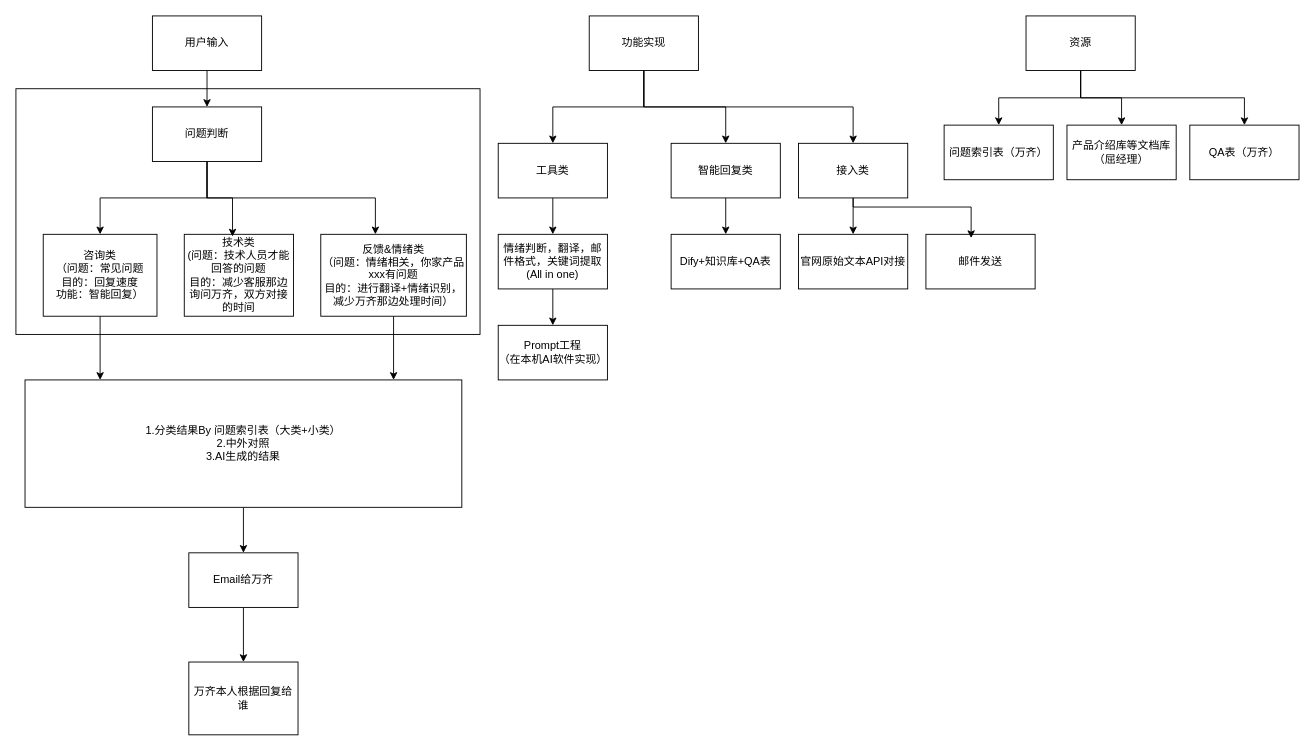
Above: 智能客服.drawio in Formyselfonly/drawioFlowchart (draw.io), before the change. Source tidied: cells renumbered, new cells numbered last; positions are measured from the earlier drawing's top-left corner, leaving out a move shared by most shapes. Both pictures are drawn from the tidied source at 91%, with x=0, y=0 at pixel (15, 15).
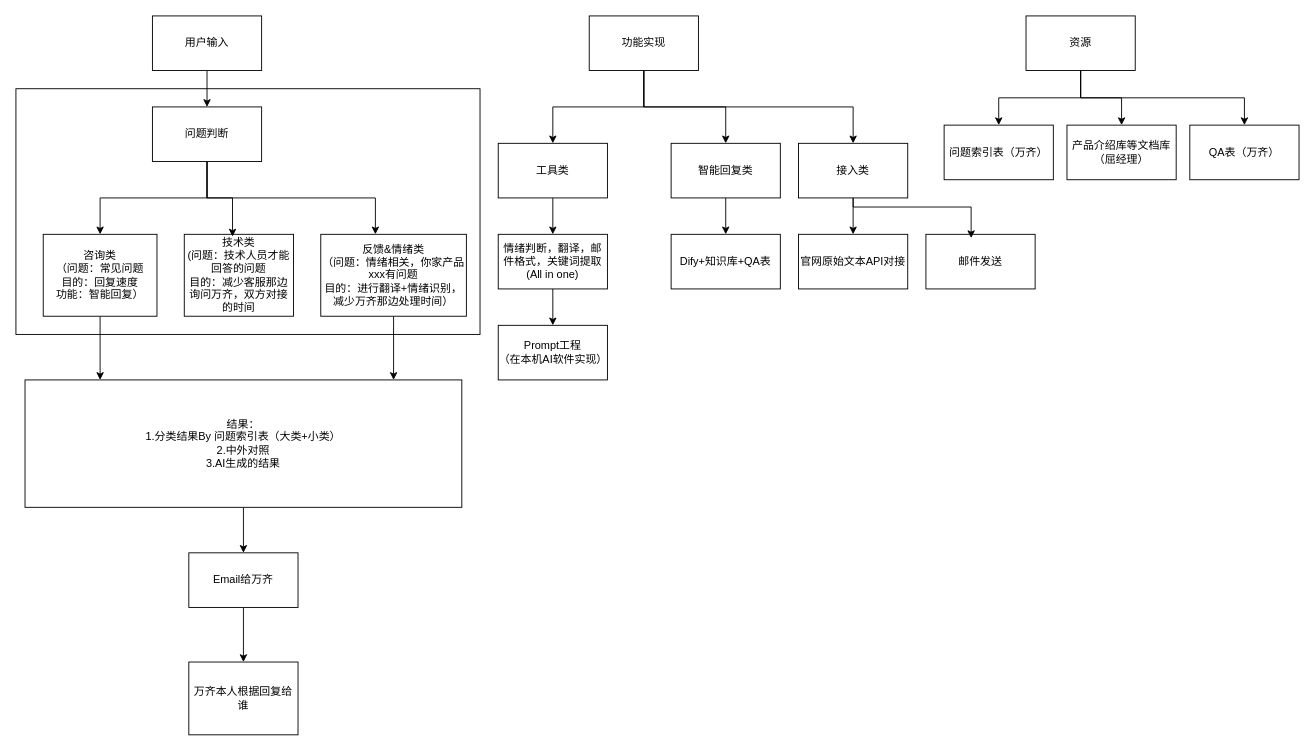
The same page after the edit.

Diff of the diagram source:
```diff
@@
-    <mxCell id="27" value="&lt;div&gt;1.分类结果By 问题索引表（大类+小类）&lt;/div&gt;&lt;div&gt;2.中外对照&lt;br&gt;3.AI生成的结果&lt;/div&gt;" style="rounded=0;whiteSpace=wrap;html=1;" parent="1" vertex="1">
+    <mxCell id="27" value="&lt;div&gt;结果：&lt;br&gt;1.分类结果By 问题索引表（大类+小类）&lt;/div&gt;&lt;div&gt;2.中外对照&lt;br&gt;3.AI生成的结果&lt;/div&gt;" style="rounded=0;whiteSpace=wrap;html=1;" parent="1" vertex="1">
       <mxGeometry x="10" y="400" width="480" height="140" as="geometry" />
     </mxCell>
```
